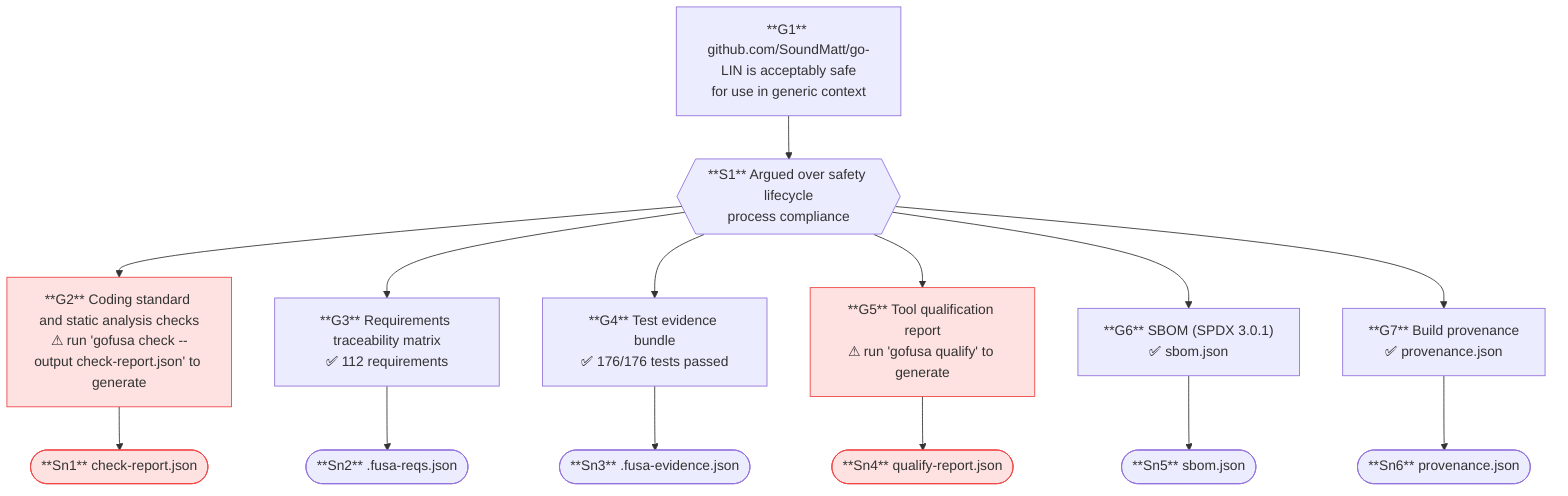
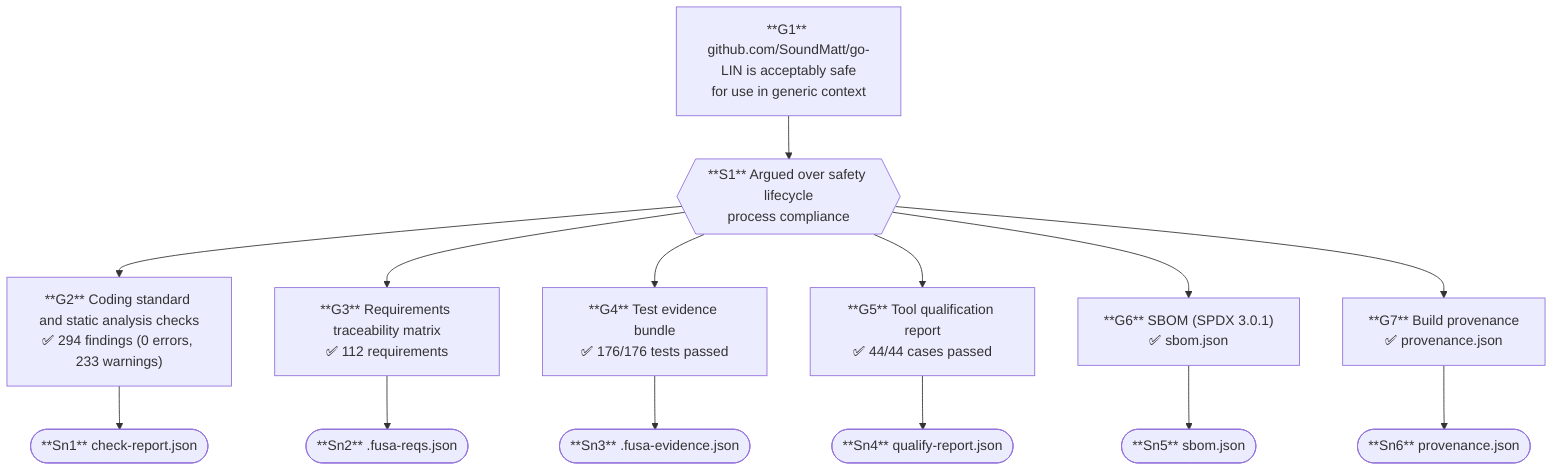
flowchart TD
    G1["**G1** github.com/SoundMatt/go-LIN is acceptably safe\nfor use in generic context"]
    S1{{"**S1** Argued over safety lifecycle\nprocess compliance"}}
-     G2["**G2** Coding standard and static analysis checks\n⚠ run 'gofusa check --output check-report.json' to generate"]
+     G2["**G2** Coding standard and static analysis checks\n✅ 294 findings (0 errors, 233 warnings)"]
    Sn1(["**Sn1** check-report.json"])
    G3["**G3** Requirements traceability matrix\n✅ 112 requirements"]
    Sn2(["**Sn2** .fusa-reqs.json"])
    G4["**G4** Test evidence bundle\n✅ 176/176 tests passed"]
    Sn3(["**Sn3** .fusa-evidence.json"])
-     G5["**G5** Tool qualification report\n⚠ run 'gofusa qualify' to generate"]
+     G5["**G5** Tool qualification report\n✅ 44/44 cases passed"]
    Sn4(["**Sn4** qualify-report.json"])
    G6["**G6** SBOM (SPDX 3.0.1)\n✅ sbom.json"]
    Sn5(["**Sn5** sbom.json"])
    G7["**G7** Build provenance\n✅ provenance.json"]
    Sn6(["**Sn6** provenance.json"])
    G1 --> S1
    S1 --> G2
    S1 --> G3
    S1 --> G4
    S1 --> G5
    S1 --> G6
    S1 --> G7
    G2 --> Sn1
    G3 --> Sn2
    G4 --> Sn3
    G5 --> Sn4
    G6 --> Sn5
    G7 --> Sn6
-     style G2 fill:#fee2e2,stroke:#ef4444
-     style Sn1 fill:#fee2e2,stroke:#ef4444
-     style G5 fill:#fee2e2,stroke:#ef4444
-     style Sn4 fill:#fee2e2,stroke:#ef4444
